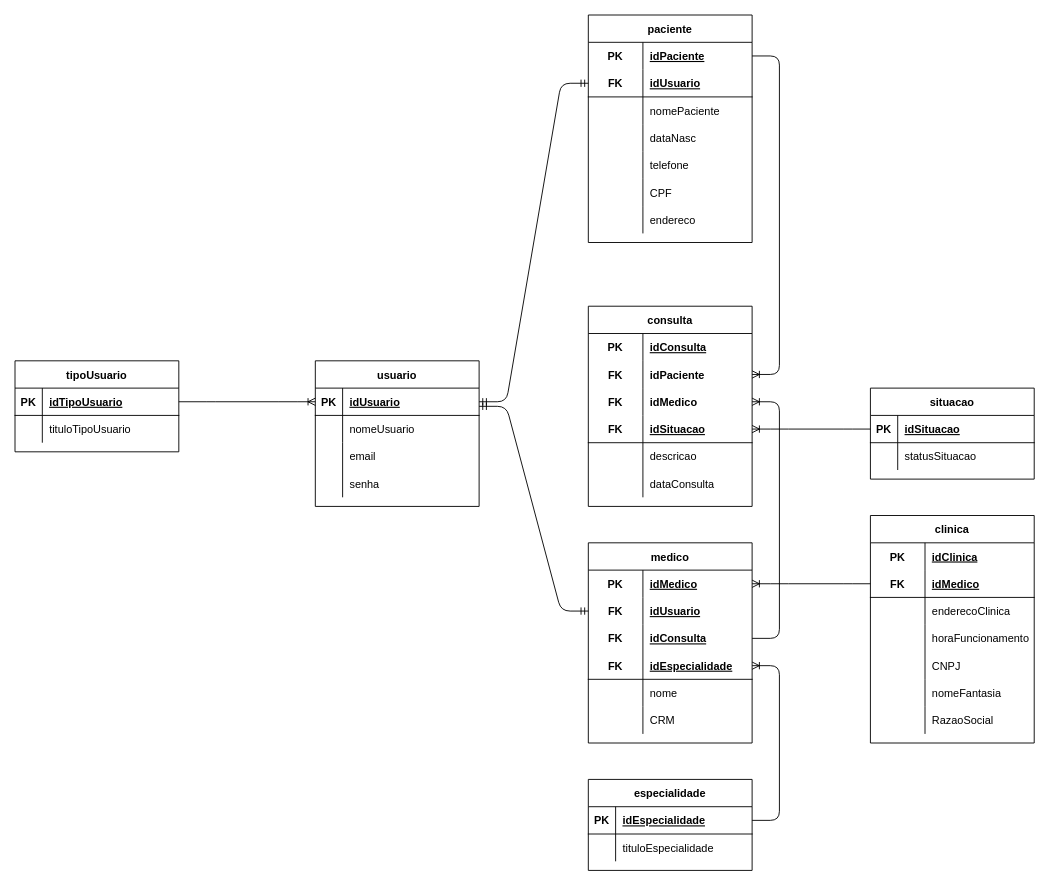
This is page "logico" (2 of 2) of MODELAGENS/SpMedGroup-modelagem.drawio from tavinlima/SPMedicalGroup-SENAI, a draw.io file, before an edit. Source tidied: cells renumbered, new cells numbered last; positions are measured from the earlier drawing's top-left corner, leaving out a move shared by most shapes. Both pictures are drawn from the tidied source at 91%, with x=0, y=0 at pixel (15, 15).
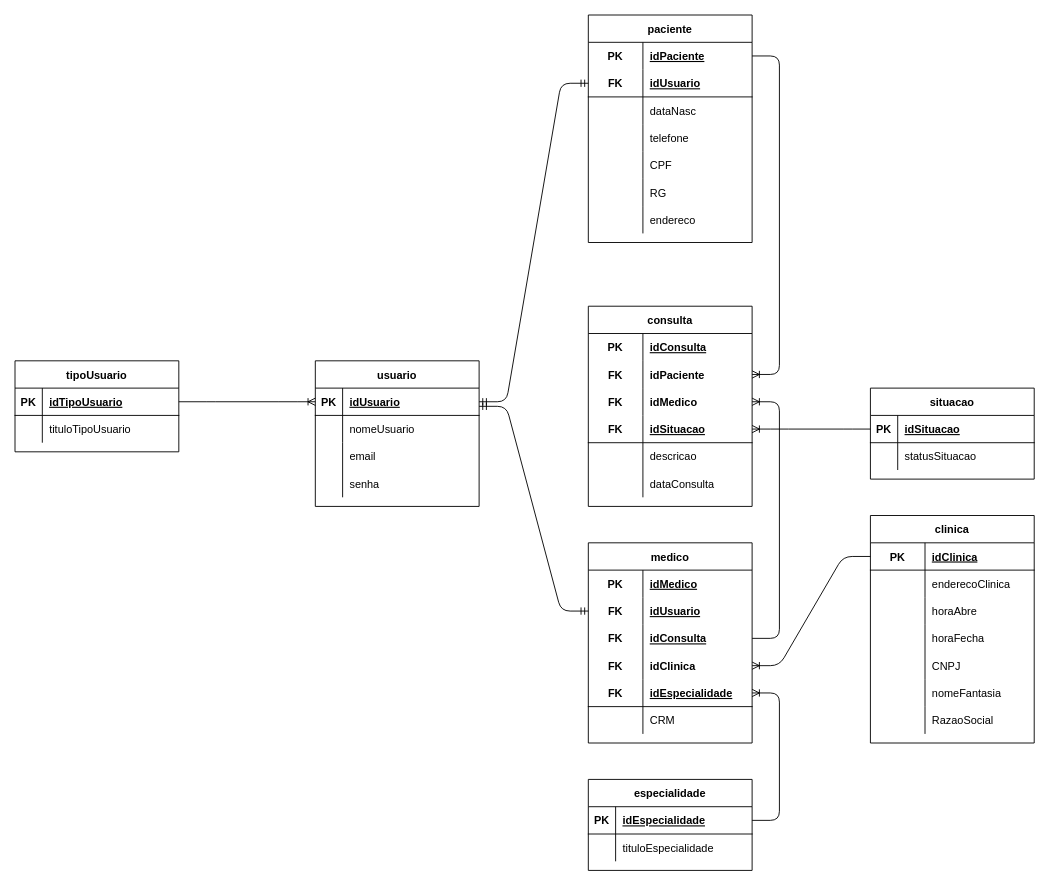
The same page after the edit.

Unchanged cells that the change refers to:
```xml
<mxCell id="16" value="medico" style="shape=table;startSize=30;childLayout=tableLayout;rowLines=0;fontStyle=1;align=center;" parent="1" vertex="1">
  <mxGeometry x="630" y="580" width="180" height="220" as="geometry" />
</mxCell>
<mxCell id="17" style="shape=partialRectangle;fillColor=none;top=0;left=0;bottom=0;right=0;points=[[0,0.5],[1,0.5]];portConstraint=eastwest;" parent="16" vertex="1">
  <mxGeometry y="30" width="180" height="30" as="geometry" />
</mxCell>
<mxCell id="35" value="clinica" style="shape=table;startSize=30;childLayout=tableLayout;rowLines=0;fontStyle=1;align=center;" parent="1" vertex="1">
  <mxGeometry x="940" y="550" width="180" height="250" as="geometry" />
</mxCell>
<mxCell id="45" style="shape=partialRectangle;fillColor=none;top=0;left=0;bottom=0;right=0;" parent="35" vertex="1">
  <mxGeometry y="120" width="180" height="30" as="geometry" />
</mxCell>
<mxCell id="93" value="paciente" style="shape=table;startSize=30;childLayout=tableLayout;rowLines=0;fontStyle=1;align=center;" parent="1" vertex="1">
  <mxGeometry x="630" width="180" height="250" as="geometry" />
</mxCell>
```

The edit, as a diff of the source:
```diff
@@
+    <mxCell id="126" style="shape=partialRectangle;fillColor=none;top=0;left=0;bottom=0;right=0;points=[[0,0.5],[1,0.5]];portConstraint=eastwest;" parent="16" vertex="1">
+      <mxGeometry y="120" width="180" height="30" as="geometry" />
+    </mxCell>
+    <mxCell id="127" value="FK" style="shape=partialRectangle;fillColor=none;top=0;left=0;bottom=0;right=0;fontStyle=1;overflow=hidden;" parent="126" vertex="1">
+      <mxGeometry width="60" height="30" as="geometry" />
+    </mxCell>
+    <mxCell id="38" value="idClinica" style="shape=partialRectangle;fillColor=none;top=0;left=0;bottom=0;right=0;align=left;spacingLeft=6;fontStyle=1;overflow=hidden;" parent="126" vertex="1">
+      <mxGeometry x="60" width="120" height="30" as="geometry" />
+    </mxCell>
     <mxCell id="26" style="shape=partialRectangle;fillColor=none;top=0;left=0;bottom=1;right=0;points=[[0,0.5],[1,0.5]];portConstraint=eastwest;" parent="16" vertex="1">
-      <mxGeometry y="120" width="180" height="30" as="geometry" />
+      <mxGeometry y="150" width="180" height="30" as="geometry" />
     </mxCell>
@@
-    <mxCell id="29" style="shape=partialRectangle;fillColor=none;top=0;left=0;bottom=0;right=0;" parent="16" vertex="1">
-      <mxGeometry y="150" width="180" height="30" as="geometry" />
-    </mxCell>
-    <mxCell id="30" style="shape=partialRectangle;fillColor=none;top=0;left=0;bottom=0;right=0;overflow=hidden;" parent="29" vertex="1">
-      <mxGeometry width="60" height="30" as="geometry" />
-    </mxCell>
-    <mxCell id="31" value="nome" style="shape=partialRectangle;fillColor=none;top=0;left=0;bottom=0;right=0;align=left;spacingLeft=6;overflow=hidden;" parent="29" vertex="1">
-      <mxGeometry x="60" width="120" height="30" as="geometry" />
-    </mxCell>
@@
-    <mxCell id="36" style="shape=partialRectangle;fillColor=none;top=0;left=0;bottom=0;right=0;" parent="35" vertex="1">
-      <mxGeometry y="30" width="180" height="30" as="geometry" />
-    </mxCell>
-    <mxCell id="37" value="PK" style="shape=partialRectangle;fillColor=none;top=0;left=0;bottom=0;right=0;fontStyle=1;overflow=hidden;" parent="36" vertex="1">
-      <mxGeometry width="60" height="30" as="geometry" />
-    </mxCell>
-    <mxCell id="38" value="idClinica" style="shape=partialRectangle;fillColor=none;top=0;left=0;bottom=0;right=0;align=left;spacingLeft=6;fontStyle=5;overflow=hidden;" parent="36" vertex="1">
-      <mxGeometry x="60" width="120" height="30" as="geometry" />
-    </mxCell>
     <mxCell id="39" style="shape=partialRectangle;fillColor=none;top=0;left=0;bottom=1;right=0;points=[[0,0.5],[1,0.5]];portConstraint=eastwest;" parent="35" vertex="1">
-      <mxGeometry y="60" width="180" height="30" as="geometry" />
+      <mxGeometry y="30" width="180" height="30" as="geometry" />
     </mxCell>
-    <mxCell id="40" value="FK" style="shape=partialRectangle;fillColor=none;top=0;left=0;bottom=0;right=0;fontStyle=1;overflow=hidden;" parent="39" vertex="1">
+    <mxCell id="40" value="PK" style="shape=partialRectangle;fillColor=none;top=0;left=0;bottom=0;right=0;fontStyle=1;overflow=hidden;" parent="39" vertex="1">
       <mxGeometry width="60" height="30" as="geometry" />
     </mxCell>
-    <mxCell id="41" value="idMedico" style="shape=partialRectangle;fillColor=none;top=0;left=0;bottom=0;right=0;align=left;spacingLeft=6;fontStyle=5;overflow=hidden;" parent="39" vertex="1">
+    <mxCell id="41" value="idClinica" style="shape=partialRectangle;fillColor=none;top=0;left=0;bottom=0;right=0;align=left;spacingLeft=6;fontStyle=5;overflow=hidden;" parent="39" vertex="1">
       <mxGeometry x="60" width="120" height="30" as="geometry" />
     </mxCell>
     <mxCell id="42" style="shape=partialRectangle;fillColor=none;top=0;left=0;bottom=0;right=0;" parent="35" vertex="1">
-      <mxGeometry y="90" width="180" height="30" as="geometry" />
+      <mxGeometry y="60" width="180" height="30" as="geometry" />
     </mxCell>
@@
+    <mxCell id="100" style="shape=partialRectangle;fillColor=none;top=0;left=0;bottom=0;right=0;" parent="35" vertex="1">
+      <mxGeometry y="90" width="180" height="30" as="geometry" />
+    </mxCell>
+    <mxCell id="128" style="shape=partialRectangle;fillColor=none;top=0;left=0;bottom=0;right=0;overflow=hidden;" parent="100" vertex="1">
+      <mxGeometry width="60" height="30" as="geometry" />
+    </mxCell>
+    <mxCell id="129" value="horaAbre" style="shape=partialRectangle;fillColor=none;top=0;left=0;bottom=0;right=0;align=left;spacingLeft=6;overflow=hidden;" parent="100" vertex="1">
+      <mxGeometry x="60" width="120" height="30" as="geometry" />
+    </mxCell>
@@
-    <mxCell id="47" value="horaFuncionamento" style="shape=partialRectangle;fillColor=none;top=0;left=0;bottom=0;right=0;align=left;spacingLeft=6;overflow=hidden;" parent="45" vertex="1">
+    <mxCell id="47" value="horaFecha" style="shape=partialRectangle;fillColor=none;top=0;left=0;bottom=0;right=0;align=left;spacingLeft=6;overflow=hidden;" parent="45" vertex="1">
       <mxGeometry x="60" width="120" height="30" as="geometry" />
     </mxCell>
@@
-    <mxCell id="79" style="edgeStyle=entityRelationEdgeStyle;fontSize=12;html=1;endArrow=ERoneToMany;exitX=0;exitY=0.5;exitDx=0;exitDy=0;entryX=1;entryY=0.5;entryDx=0;entryDy=0;" parent="1" edge="1" source="39" target="17">
+    <mxCell id="79" style="edgeStyle=entityRelationEdgeStyle;fontSize=12;html=1;endArrow=ERoneToMany;exitX=0;exitY=0.5;exitDx=0;exitDy=0;entryX=1;entryY=0.5;entryDx=0;entryDy=0;" parent="1" edge="1" source="39" target="126">
       <mxGeometry relative="1" as="geometry" />
     </mxCell>
@@
-    <mxCell id="100" style="shape=partialRectangle;fillColor=none;top=0;left=0;bottom=0;right=0;" parent="93" vertex="1">
-      <mxGeometry y="90" width="180" height="30" as="geometry" />
-    </mxCell>
-    <mxCell id="101" style="shape=partialRectangle;fillColor=none;top=0;left=0;bottom=0;right=0;overflow=hidden;" parent="100" vertex="1">
-      <mxGeometry width="60" height="30" as="geometry" />
-    </mxCell>
-    <mxCell id="102" value="nomePaciente" style="shape=partialRectangle;fillColor=none;top=0;left=0;bottom=0;right=0;align=left;spacingLeft=6;overflow=hidden;" parent="100" vertex="1">
-      <mxGeometry x="60" width="120" height="30" as="geometry" />
-    </mxCell>
     <mxCell id="103" style="shape=partialRectangle;fillColor=none;top=0;left=0;bottom=0;right=0;" parent="93" vertex="1">
-      <mxGeometry y="120" width="180" height="30" as="geometry" />
+      <mxGeometry y="90" width="180" height="30" as="geometry" />
     </mxCell>
@@
     <mxCell id="106" style="shape=partialRectangle;fillColor=none;top=0;left=0;bottom=0;right=0;" parent="93" vertex="1">
-      <mxGeometry y="150" width="180" height="30" as="geometry" />
+      <mxGeometry y="120" width="180" height="30" as="geometry" />
     </mxCell>
@@
     <mxCell id="109" style="shape=partialRectangle;fillColor=none;top=0;left=0;bottom=0;right=0;" parent="93" vertex="1">
-      <mxGeometry y="180" width="180" height="30" as="geometry" />
+      <mxGeometry y="150" width="180" height="30" as="geometry" />
     </mxCell>
@@
+    <mxCell id="130" style="shape=partialRectangle;fillColor=none;top=0;left=0;bottom=0;right=0;" parent="93" vertex="1">
+      <mxGeometry y="180" width="180" height="30" as="geometry" />
+    </mxCell>
+    <mxCell id="131" style="shape=partialRectangle;fillColor=none;top=0;left=0;bottom=0;right=0;overflow=hidden;" parent="130" vertex="1">
+      <mxGeometry width="60" height="30" as="geometry" />
+    </mxCell>
+    <mxCell id="132" value="RG" style="shape=partialRectangle;fillColor=none;top=0;left=0;bottom=0;right=0;align=left;spacingLeft=6;overflow=hidden;" parent="130" vertex="1">
+      <mxGeometry x="60" width="120" height="30" as="geometry" />
+    </mxCell>
```
